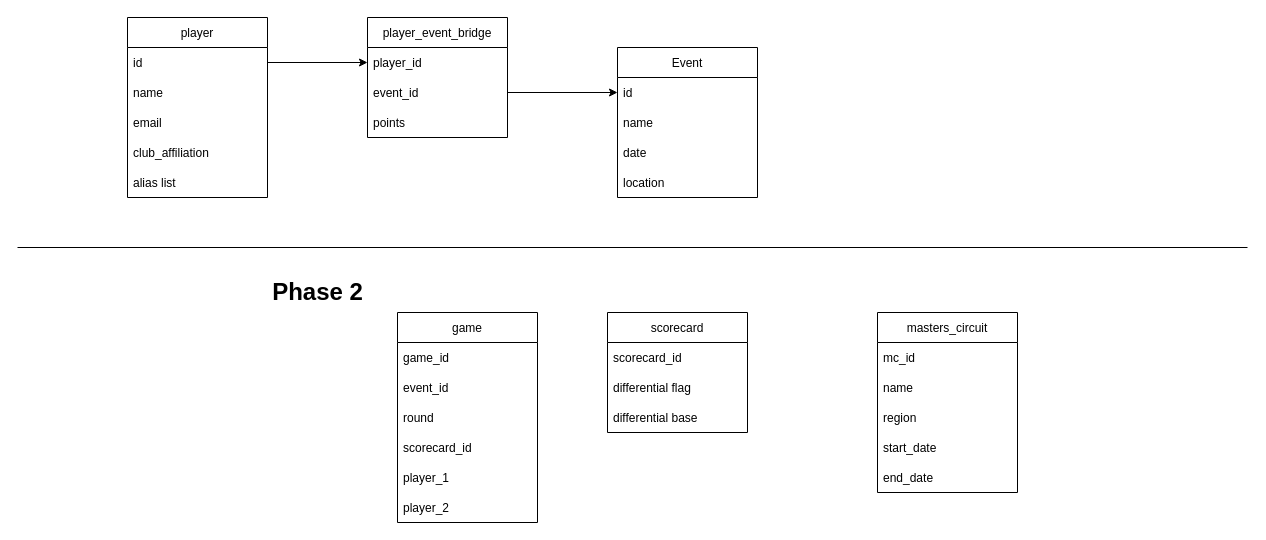
Earlier version of the draw.io diagram diagrams/tournament_tracker.drawio (wspencermiller/tournament_tracker). Source tidied: cells renumbered, new cells numbered last; positions are measured from the earlier drawing's top-left corner, leaving out a move shared by most shapes. Both pictures are drawn from the tidied source at 100%, with x=0, y=0 at pixel (17, 17).
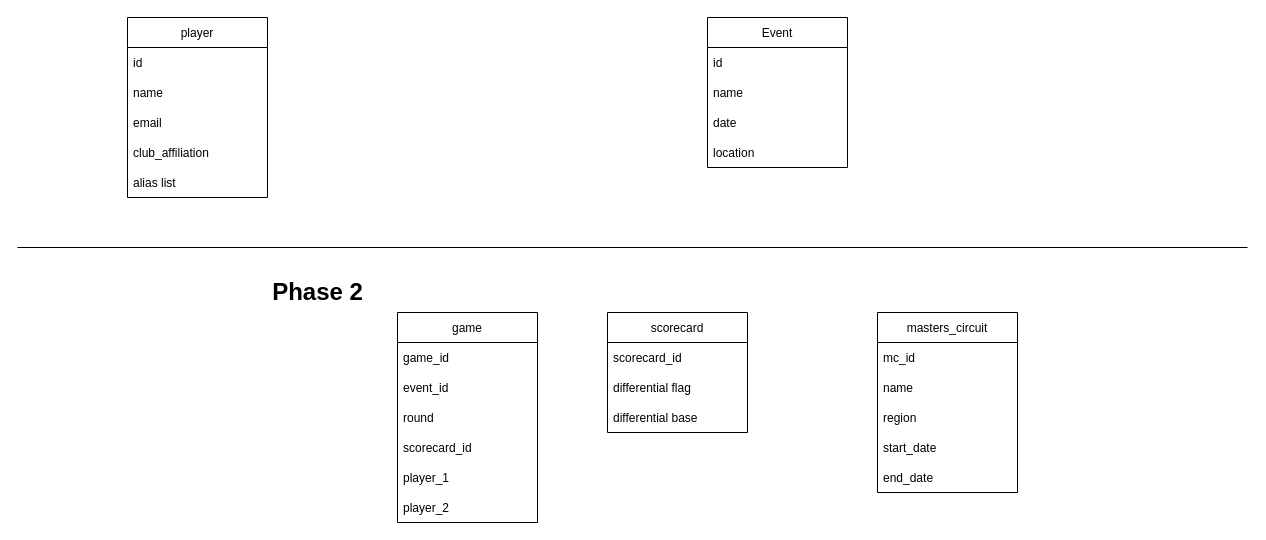
After the change.

The change refers to these unchanged cells:
```xml
<mxCell id="3" value="id" style="text;strokeColor=none;fillColor=none;align=left;verticalAlign=middle;spacingLeft=4;spacingRight=4;overflow=hidden;points=[[0,0.5],[1,0.5]];portConstraint=eastwest;" parent="2" vertex="1">
  <mxGeometry y="30" width="140" height="30" as="geometry" />
</mxCell>
<mxCell id="12" value="id" style="text;strokeColor=none;fillColor=none;align=left;verticalAlign=middle;spacingLeft=4;spacingRight=4;overflow=hidden;points=[[0,0.5],[1,0.5]];portConstraint=eastwest;" parent="11" vertex="1">
  <mxGeometry y="30" width="140" height="30" as="geometry" />
</mxCell>
```

What changed in the source:
```diff
@@
     <mxCell id="2" value="Event" style="swimlane;fontStyle=0;horizontal=1;startSize=30;" parent="1" vertex="1">
-      <mxGeometry x="600" y="30" width="140" height="150" as="geometry" />
+      <mxGeometry x="690" width="140" height="150" as="geometry" />
     </mxCell>
@@
-    <mxCell id="7" value="player_event_bridge" style="swimlane;fontStyle=0;horizontal=1;startSize=30;" parent="1" vertex="1">
-      <mxGeometry x="350" width="140" height="120" as="geometry" />
-    </mxCell>
-    <mxCell id="8" value="player_id" style="text;strokeColor=none;fillColor=none;align=left;verticalAlign=middle;spacingLeft=4;spacingRight=4;overflow=hidden;points=[[0,0.5],[1,0.5]];portConstraint=eastwest;" parent="7" vertex="1">
-      <mxGeometry y="30" width="140" height="30" as="geometry" />
-    </mxCell>
-    <mxCell id="9" value="event_id" style="text;strokeColor=none;fillColor=none;align=left;verticalAlign=middle;spacingLeft=4;spacingRight=4;overflow=hidden;points=[[0,0.5],[1,0.5]];portConstraint=eastwest;" parent="7" vertex="1">
-      <mxGeometry y="60" width="140" height="30" as="geometry" />
-    </mxCell>
-    <mxCell id="10" value="points" style="text;strokeColor=none;fillColor=none;align=left;verticalAlign=middle;spacingLeft=4;spacingRight=4;overflow=hidden;" parent="7" vertex="1">
-      <mxGeometry y="90" width="140" height="30" as="geometry" />
-    </mxCell>
@@
-    <mxCell id="17" style="edgeStyle=orthogonalEdgeStyle;rounded=0;jettySize=auto;html=1;exitX=1;exitY=0.5;exitDx=0;exitDy=0;entryX=0;entryY=0.5;entryDx=0;entryDy=0;" parent="1" edge="1" source="12" target="8">
-      <mxGeometry relative="1" as="geometry" />
-    </mxCell>
-    <mxCell id="18" style="edgeStyle=orthogonalEdgeStyle;rounded=0;jettySize=auto;html=1;exitX=1;exitY=0.5;exitDx=0;exitDy=0;entryX=0;entryY=0.5;entryDx=0;entryDy=0;" parent="1" edge="1" source="9" target="3">
-      <mxGeometry relative="1" as="geometry" />
-    </mxCell>
```
